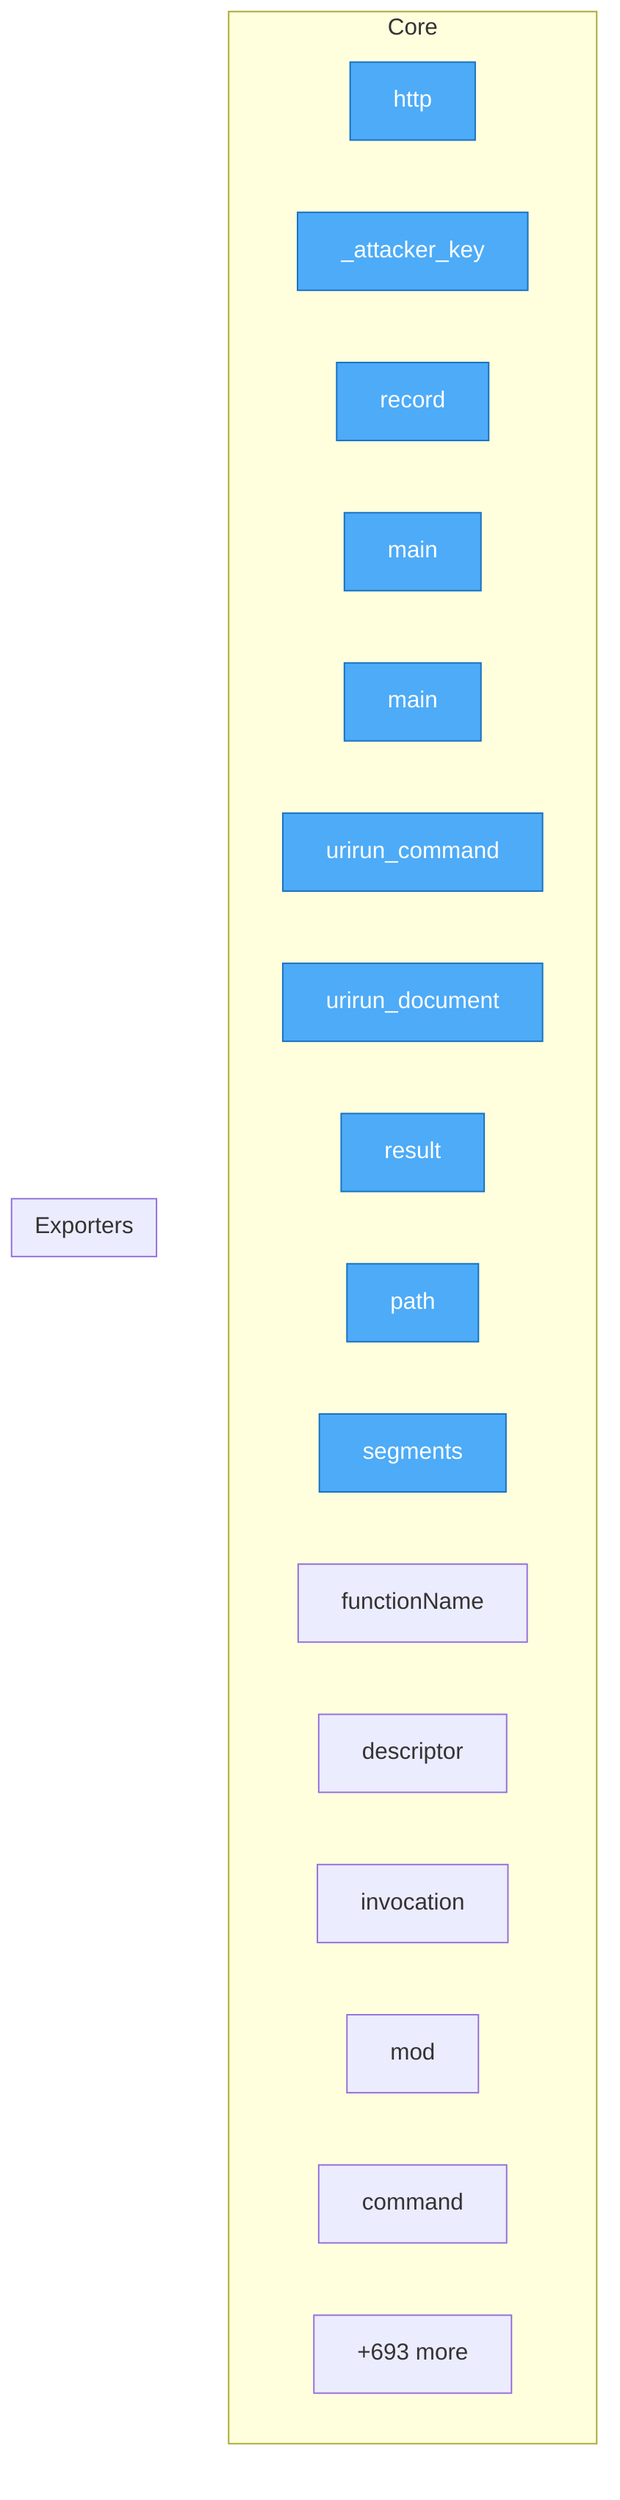
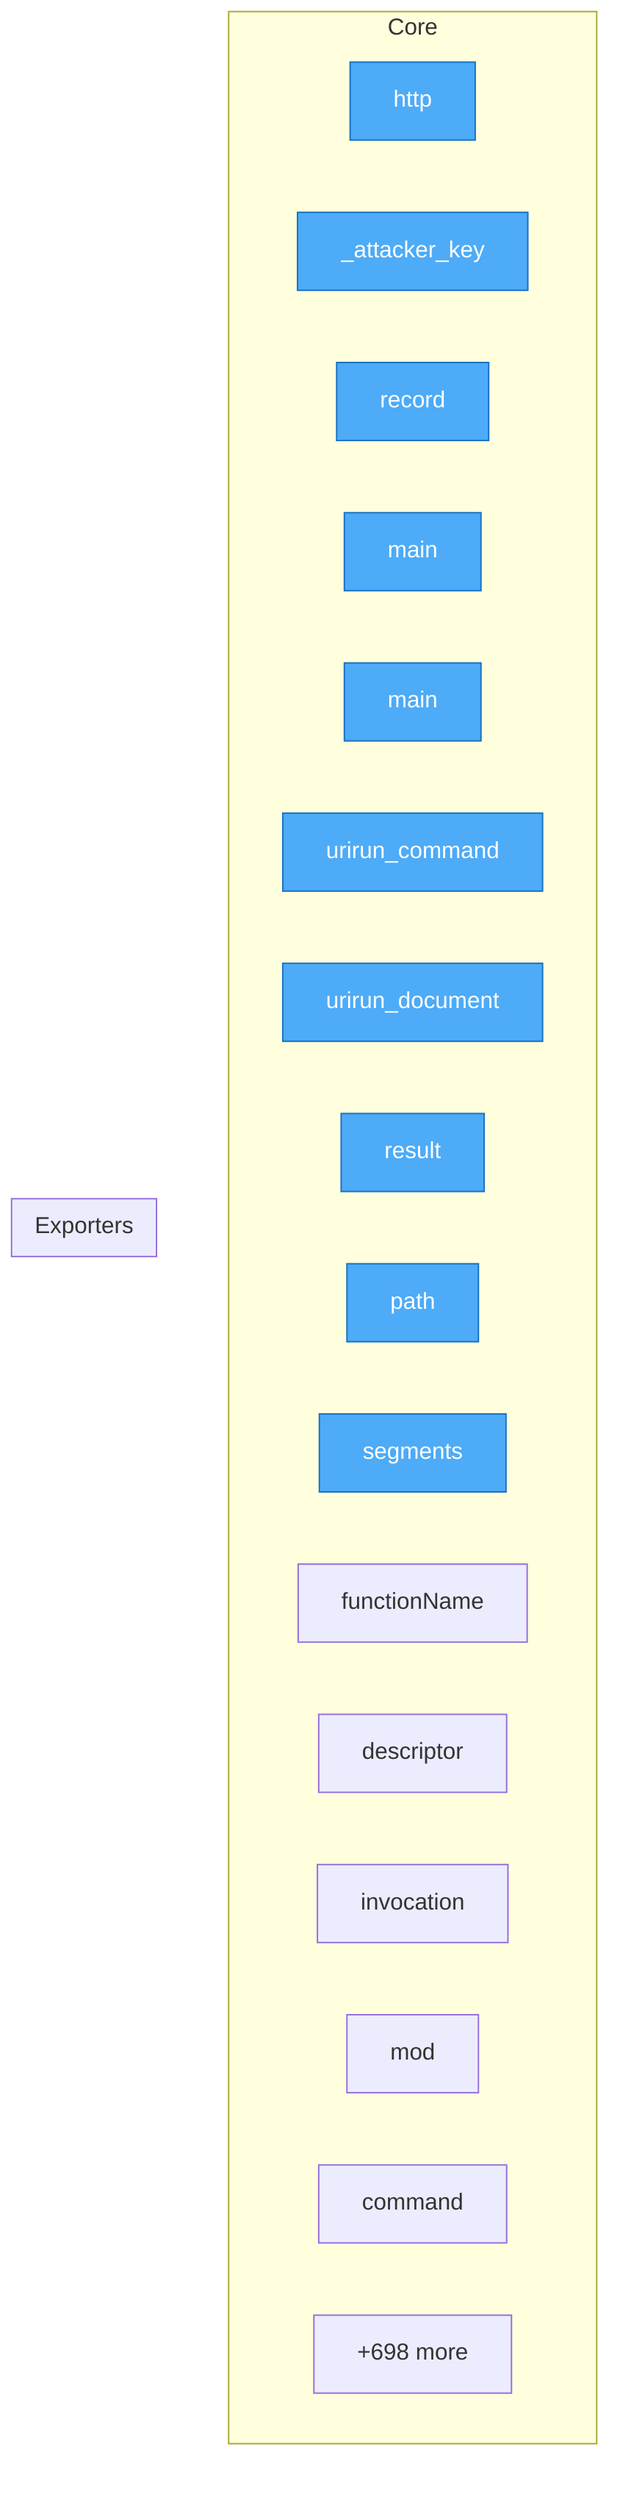
flowchart TD
- %% generated in 0.21s
+ %% generated in 0.04s

    %% Entry points (blue)
    classDef entry fill:#4dabf7,stroke:#1971c2,color:#fff

    subgraph Core
        security__mesh_probe__probe__http["http"]
        security__mesh_probe__probe___attacker_key["_attacker_key"]
        security__mesh_probe__probe__record["record"]
        adapters__conformance__main["main"]
        adapters__new_connector__main["main"]
        adapters__bash__urirun__urirun_command["urirun_command"]
        adapters__bash__urirun__urirun_document["urirun_document"]
        adapters__js__index__test__result["result"]
        adapters__js__path["path"]
        adapters__js__segments["segments"]
        adapters__js__functionName["functionName"]
        adapters__js__descriptor["descriptor"]
        adapters__js__invocation["invocation"]
        adapters__js__mod["mod"]
        adapters__java__Urirun__Urirun__command["command"]
-         ...["+693 more"]
+         ...["+698 more"]
    end

    subgraph Exporters
    end

    class security__mesh_probe__probe__http,security__mesh_probe__probe___attacker_key,security__mesh_probe__probe__record,adapters__conformance__main,adapters__new_connector__main,adapters__bash__urirun__urirun_command,adapters__bash__urirun__urirun_document,adapters__js__index__test__result,adapters__js__path,adapters__js__segments entry
